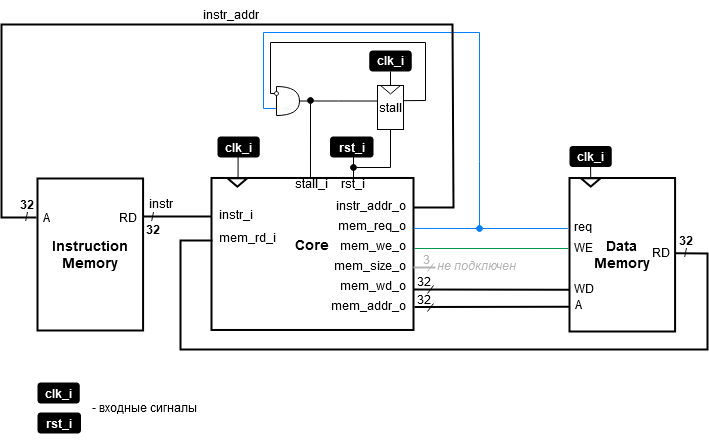
Above: .pic/Labs/lab_06_dp/fig_02.drawio.png in MPSU/APS (draw.io), before the change. Source tidied: cells renumbered, new cells last; positions are measured from the earlier drawing's top-left corner, leaving out a move shared by most shapes.
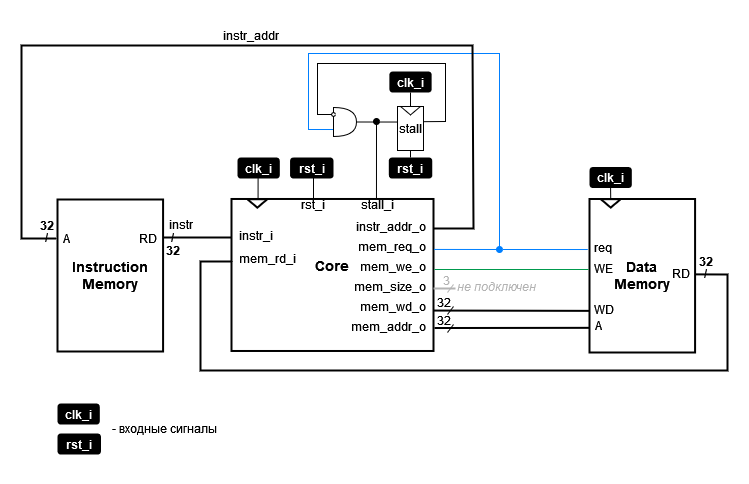
After the commit.

Commit message:
ЛР6. Разрыв общего сигнала rst_i между ядром и столлом

Студентов сбивал с толку общий сигнал, терялось понимание направления
сигналов.

Diff of the diagram source:
```diff
@@ -6,7 +6,7 @@
       <mxGeometry x="210" y="178.5" width="202" height="152" as="geometry" />
     </mxCell>
     <mxCell id="3" value="&lt;font style=&quot;font-size: 12px;&quot;&gt;rst_i&lt;/font&gt;" style="text;html=1;strokeColor=none;fillColor=none;align=center;verticalAlign=middle;whiteSpace=wrap;rounded=0;fontSize=12;comic=0;" parent="1" vertex="1">
-      <mxGeometry x="343" y="178" width="18" height="12" as="geometry" />
+      <mxGeometry x="283" y="178" width="18" height="12" as="geometry" />
     </mxCell>
     <mxCell id="4" value="mem_rd_i" style="text;html=1;strokeColor=none;fillColor=none;align=left;verticalAlign=middle;whiteSpace=wrap;rounded=0;fontSize=12;comic=0;" parent="1" vertex="1">
       <mxGeometry x="216" y="223" width="61" height="30" as="geometry" />
@@ -27,8 +27,8 @@
     </mxCell>
     <mxCell id="8" style="endArrow=none;html=1;rounded=0;strokeWidth=1;exitX=1;exitY=0.25;exitDx=0;exitDy=0;fontSize=12;comic=0;" parent="1" edge="1">
       <mxGeometry relative="1" as="geometry">
-        <mxPoint x="352" y="178.5" as="sourcePoint" />
-        <mxPoint x="352" y="153.5" as="targetPoint" />
+        <mxPoint x="292" y="178.5" as="sourcePoint" />
+        <mxPoint x="292" y="153.5" as="targetPoint" />
       </mxGeometry>
     </mxCell>
     <mxCell id="9" style="edgeStyle=orthogonalEdgeStyle;rounded=0;jettySize=auto;html=1;exitX=1;exitY=0.25;exitDx=0;exitDy=0;strokeWidth=2;endArrow=none;endFill=0;fontSize=12;comic=0;" parent="1" edge="1" source="10">
@@ -58,7 +58,7 @@
       <mxGeometry x="131" y="199" width="40" height="50" as="geometry" />
     </mxCell>
     <mxCell id="17" value="&lt;p style=&quot;line-height: 130%; font-size: 12px;&quot;&gt;&lt;font style=&quot;font-size: 12px;&quot;&gt;&lt;b style=&quot;font-size: 12px;&quot;&gt;rst_i&lt;/b&gt;&lt;/font&gt;&lt;/p&gt;" style="text;html=1;strokeColor=none;fillColor=#000000;align=center;verticalAlign=middle;whiteSpace=wrap;rounded=1;fontSize=12;fontColor=#FFFFFF;comic=0;jiggle=0.5;" parent="1" vertex="1">
-      <mxGeometry x="328.5" y="137" width="43.5" height="21" as="geometry" />
+      <mxGeometry x="268.5" y="137" width="43.5" height="21" as="geometry" />
     </mxCell>
     <mxCell id="18" value="&lt;font style=&quot;font-size: 12px;&quot;&gt;instr_addr&lt;/font&gt;" style="text;html=1;strokeColor=none;fillColor=none;align=center;verticalAlign=middle;whiteSpace=wrap;rounded=0;fontSize=12;comic=0;" parent="1" vertex="1">
       <mxGeometry x="187" width="86" height="30" as="geometry" />
@@ -109,7 +109,7 @@
       <mxGeometry x="418" y="252" width="13" height="15" as="geometry" />
     </mxCell>
     <mxCell id="32" value="stall_i" style="text;html=1;strokeColor=none;fillColor=none;align=center;verticalAlign=middle;whiteSpace=wrap;rounded=0;fontSize=12;comic=0;" parent="1" vertex="1">
-      <mxGeometry x="293" y="177.9" width="34" height="13.1" as="geometry" />
+      <mxGeometry x="339" y="177.9" width="34" height="13.1" as="geometry" />
     </mxCell>
     <mxCell id="33" style="endArrow=none;html=1;rounded=0;exitX=1.002;exitY=0.332;exitDx=0;exitDy=0;exitPerimeter=0;strokeColor=#007FFF;entryX=0;entryY=0.759;entryDx=0;entryDy=0;entryPerimeter=0;" parent="1" edge="1" source="2" target="37">
       <mxGeometry relative="1" as="geometry">
@@ -117,8 +117,8 @@
           <mxPoint x="478" y="229" />
           <mxPoint x="478" y="162" />
           <mxPoint x="478" y="33" />
-          <mxPoint x="262" y="33" />
-          <mxPoint x="262" y="109" />
+          <mxPoint x="287" y="33" />
+          <mxPoint x="287" y="109" />
         </Array>
       </mxGeometry>
     </mxCell>
@@ -136,141 +136,132 @@
     <mxCell id="35" value="stall" style="rounded=0;whiteSpace=wrap;html=1;" parent="1" vertex="1">
       <mxGeometry x="376" y="86" width="26" height="44" as="geometry" />
     </mxCell>
-    <mxCell id="36" style="edgeStyle=orthogonalEdgeStyle;rounded=0;jettySize=auto;html=1;exitX=1;exitY=0.5;exitDx=0;exitDy=0;exitPerimeter=0;entryX=0.002;entryY=0.353;entryDx=0;entryDy=0;entryPerimeter=0;endArrow=none;endFill=0;" parent="1" edge="1" target="35">
-      <mxGeometry relative="1" as="geometry">
-        <mxPoint x="298" y="101.5" as="sourcePoint" />
-        <Array as="points">
-          <mxPoint x="337" y="101" />
-          <mxPoint x="337" y="101" />
-        </Array>
-      </mxGeometry>
+    <mxCell id="36" style="edgeStyle=orthogonalEdgeStyle;rounded=0;jettySize=auto;html=1;exitX=1;exitY=0.5;exitDx=0;exitDy=0;exitPerimeter=0;entryX=0.002;entryY=0.353;entryDx=0;entryDy=0;entryPerimeter=0;endArrow=none;endFill=0;" parent="1" edge="1" source="37" target="35">
+      <mxGeometry relative="1" as="geometry" />
     </mxCell>
     <mxCell id="37" style="shape=or;whiteSpace=wrap;html=1;" parent="1" vertex="1">
-      <mxGeometry x="275" y="87" width="23" height="29" as="geometry" />
+      <mxGeometry x="312" y="87" width="23" height="29" as="geometry" />
     </mxCell>
     <mxCell id="38" style="ellipse;whiteSpace=wrap;html=1;" parent="1" vertex="1">
-      <mxGeometry x="273" y="92" width="4" height="4" as="geometry" />
+      <mxGeometry x="310" y="92" width="4" height="4" as="geometry" />
     </mxCell>
-    <mxCell id="39" style="endArrow=none;html=1;rounded=0;entryX=0.5;entryY=1;entryDx=0;entryDy=0;startArrow=oval;startFill=1;endSize=6;startSize=6;" parent="1" edge="1" target="35">
+    <mxCell id="39" style="endArrow=none;html=1;rounded=0;exitX=0.996;exitY=0.345;exitDx=0;exitDy=0;exitPerimeter=0;entryX=0;entryY=0.5;entryDx=0;entryDy=0;" parent="1" edge="1" source="35" target="38">
       <mxGeometry relative="1" as="geometry">
-        <mxPoint x="352" y="168" as="sourcePoint" />
         <Array as="points">
-          <mxPoint x="389" y="168" />
+          <mxPoint x="424" y="101" />
+          <mxPoint x="424" y="43" />
+          <mxPoint x="296" y="43" />
+          <mxPoint x="296" y="94" />
         </Array>
       </mxGeometry>
     </mxCell>
-    <mxCell id="40" style="endArrow=none;html=1;rounded=0;exitX=0.996;exitY=0.345;exitDx=0;exitDy=0;exitPerimeter=0;" parent="1" edge="1" source="35">
+    <mxCell id="40" style="endArrow=oval;html=1;rounded=0;exitX=0.683;exitY=0.002;exitDx=0;exitDy=0;exitPerimeter=0;startArrow=none;startFill=0;endFill=1;jumpSize=6;startSize=6;endSize=6;" parent="1" edge="1">
       <mxGeometry relative="1" as="geometry">
-        <mxPoint x="273" y="94" as="targetPoint" />
-        <Array as="points">
-          <mxPoint x="424" y="101" />
-          <mxPoint x="424" y="43" />
-          <mxPoint x="269" y="43" />
-          <mxPoint x="269" y="94" />
-        </Array>
+        <mxPoint x="355" y="178.8" as="sourcePoint" />
+        <mxPoint x="355" y="101" as="targetPoint" />
       </mxGeometry>
     </mxCell>
-    <mxCell id="41" style="endArrow=oval;html=1;rounded=0;exitX=0.683;exitY=0.002;exitDx=0;exitDy=0;exitPerimeter=0;startArrow=none;startFill=0;endFill=1;jumpSize=6;startSize=6;endSize=6;" parent="1" edge="1">
-      <mxGeometry relative="1" as="geometry">
-        <mxPoint x="309" y="178.8" as="sourcePoint" />
-        <mxPoint x="309" y="101" as="targetPoint" />
-      </mxGeometry>
+    <mxCell id="41" style="triangle;whiteSpace=wrap;html=1;rotation=90;comic=0;strokeColor=#000000;jiggle=0.5;strokeWidth=1;fontSize=12;" parent="1" vertex="1">
+      <mxGeometry x="384.8" y="80.3" width="8.4" height="19.9" as="geometry" />
     </mxCell>
-    <mxCell id="42" style="triangle;whiteSpace=wrap;html=1;rotation=90;comic=0;strokeColor=#000000;jiggle=0.5;strokeWidth=1;fontSize=12;" parent="1" vertex="1">
-      <mxGeometry x="384.8" y="80.3" width="8.4" height="19.9" as="geometry" />
+    <mxCell id="42" style="edgeStyle=orthogonalEdgeStyle;rounded=0;jettySize=auto;html=1;exitX=0.5;exitY=1;exitDx=0;exitDy=0;entryX=0;entryY=0.5;entryDx=0;entryDy=0;endArrow=none;endFill=0;" parent="1" edge="1" source="43" target="41">
+      <mxGeometry relative="1" as="geometry" />
     </mxCell>
-    <mxCell id="43" style="edgeStyle=orthogonalEdgeStyle;rounded=0;jettySize=auto;html=1;exitX=0.5;exitY=1;exitDx=0;exitDy=0;entryX=0;entryY=0.5;entryDx=0;entryDy=0;endArrow=none;endFill=0;" parent="1" edge="1" source="44" target="42">
-      <mxGeometry relative="1" as="geometry" />
+    <mxCell id="43" value="&lt;font style=&quot;font-size: 12px;&quot;&gt;&lt;b style=&quot;font-size: 12px;&quot;&gt;clk_i&lt;/b&gt;&lt;/font&gt;" style="text;html=1;strokeColor=none;fillColor=#000000;align=center;verticalAlign=middle;whiteSpace=wrap;rounded=1;fontSize=12;fontColor=#FFFFFF;comic=0;jiggle=0.5;strokeWidth=2;" parent="1" vertex="1">
+      <mxGeometry x="367.9" y="51" width="42.3" height="21" as="geometry" />
     </mxCell>
-    <mxCell id="44" value="&lt;font style=&quot;font-size: 12px;&quot;&gt;&lt;b style=&quot;font-size: 12px;&quot;&gt;clk_i&lt;/b&gt;&lt;/font&gt;" style="text;html=1;strokeColor=none;fillColor=#000000;align=center;verticalAlign=middle;whiteSpace=wrap;rounded=1;fontSize=12;fontColor=#FFFFFF;comic=0;jiggle=0.5;strokeWidth=2;" parent="1" vertex="1">
-      <mxGeometry x="367.9" y="51" width="42.3" height="21" as="geometry" />
+    <mxCell id="44" value="&lt;b style=&quot;font-size: 14px;&quot;&gt;Data&lt;br style=&quot;font-size: 14px;&quot;&gt;Memory&lt;br style=&quot;font-size: 14px;&quot;&gt;&lt;/b&gt;" style="rounded=0;whiteSpace=wrap;html=1;fontSize=14;comic=0;strokeColor=#000000;fontColor=#000000;jiggle=0.5;strokeWidth=2;" parent="1" vertex="1">
+      <mxGeometry x="568" y="178.5" width="105.6" height="153.5" as="geometry" />
     </mxCell>
-    <mxCell id="45" value="&lt;b style=&quot;font-size: 14px;&quot;&gt;Data&lt;br style=&quot;font-size: 14px;&quot;&gt;Memory&lt;br style=&quot;font-size: 14px;&quot;&gt;&lt;/b&gt;" style="rounded=0;whiteSpace=wrap;html=1;fontSize=14;comic=0;strokeColor=#000000;fontColor=#000000;jiggle=0.5;strokeWidth=2;" parent="1" vertex="1">
-      <mxGeometry x="568" y="178.5" width="105.6" height="153.5" as="geometry" />
+    <mxCell id="45" value="&lt;font style=&quot;font-size: 12px;&quot;&gt;A&lt;/font&gt;" style="text;html=1;strokeColor=none;fillColor=none;align=center;verticalAlign=middle;whiteSpace=wrap;rounded=0;fontSize=12;comic=0;" parent="1" vertex="1">
+      <mxGeometry x="568" y="289.7" width="18" height="30" as="geometry" />
     </mxCell>
-    <mxCell id="46" value="&lt;font style=&quot;font-size: 12px;&quot;&gt;A&lt;/font&gt;" style="text;html=1;strokeColor=none;fillColor=none;align=center;verticalAlign=middle;whiteSpace=wrap;rounded=0;fontSize=12;comic=0;" parent="1" vertex="1">
-      <mxGeometry x="568" y="289.7" width="18" height="30" as="geometry" />
+    <mxCell id="46" value="&lt;span style=&quot;font-size: 12px;&quot;&gt;WE&lt;/span&gt;" style="text;html=1;strokeColor=none;fillColor=none;align=center;verticalAlign=middle;whiteSpace=wrap;rounded=0;fontSize=12;comic=0;" parent="1" vertex="1">
+      <mxGeometry x="573" y="237" width="18" height="22.2" as="geometry" />
     </mxCell>
-    <mxCell id="47" value="&lt;span style=&quot;font-size: 12px;&quot;&gt;WE&lt;/span&gt;" style="text;html=1;strokeColor=none;fillColor=none;align=center;verticalAlign=middle;whiteSpace=wrap;rounded=0;fontSize=12;comic=0;" parent="1" vertex="1">
-      <mxGeometry x="573" y="237" width="18" height="22.2" as="geometry" />
+    <mxCell id="47" value="&lt;span style=&quot;font-size: 12px;&quot;&gt;RD&lt;/span&gt;" style="text;html=1;strokeColor=none;fillColor=none;align=center;verticalAlign=middle;whiteSpace=wrap;rounded=0;fontSize=12;comic=0;" parent="1" vertex="1">
+      <mxGeometry x="651" y="238.2" width="18" height="30" as="geometry" />
     </mxCell>
-    <mxCell id="48" value="&lt;span style=&quot;font-size: 12px;&quot;&gt;RD&lt;/span&gt;" style="text;html=1;strokeColor=none;fillColor=none;align=center;verticalAlign=middle;whiteSpace=wrap;rounded=0;fontSize=12;comic=0;" parent="1" vertex="1">
-      <mxGeometry x="651" y="238.2" width="18" height="30" as="geometry" />
+    <mxCell id="48" value="&lt;p style=&quot;line-height: 100%; font-size: 12px;&quot;&gt;&lt;font style=&quot;font-size: 12px;&quot;&gt;&lt;b style=&quot;font-size: 12px;&quot;&gt;32&lt;br style=&quot;font-size: 12px;&quot;&gt;/&lt;/b&gt;&lt;/font&gt;&lt;/p&gt;" style="text;html=1;align=center;verticalAlign=middle;strokeColor=none;fillColor=none;fontSize=12;comic=0;" parent="1" vertex="1">
+      <mxGeometry x="664" y="216.7" width="40" height="60" as="geometry" />
     </mxCell>
-    <mxCell id="49" value="&lt;p style=&quot;line-height: 100%; font-size: 12px;&quot;&gt;&lt;font style=&quot;font-size: 12px;&quot;&gt;&lt;b style=&quot;font-size: 12px;&quot;&gt;32&lt;br style=&quot;font-size: 12px;&quot;&gt;/&lt;/b&gt;&lt;/font&gt;&lt;/p&gt;" style="text;html=1;align=center;verticalAlign=middle;points=[];strokeColor=none;fillColor=none;fontSize=12;comic=0;" parent="1" vertex="1">
-      <mxGeometry x="664" y="216.7" width="40" height="60" as="geometry" />
+    <mxCell id="49" style="triangle;whiteSpace=wrap;html=1;rotation=90;comic=0;strokeColor=#000000;jiggle=0.5;strokeWidth=2;fontSize=12;" parent="1" vertex="1">
+      <mxGeometry x="585" y="172.9" width="8.4" height="19.9" as="geometry" />
     </mxCell>
-    <mxCell id="50" style="triangle;whiteSpace=wrap;html=1;rotation=90;comic=0;strokeColor=#000000;jiggle=0.5;strokeWidth=2;fontSize=12;" parent="1" vertex="1">
-      <mxGeometry x="585" y="172.9" width="8.4" height="19.9" as="geometry" />
+    <mxCell id="50" style="edgeStyle=orthogonalEdgeStyle;rounded=0;jettySize=auto;html=1;entryX=0;entryY=0.5;entryDx=0;entryDy=0;endArrow=none;endFill=0;strokeWidth=1;fontSize=12;comic=0;" parent="1" edge="1" target="49">
+      <mxGeometry relative="1" as="geometry">
+        <mxPoint x="589" y="160.5" as="sourcePoint" />
+        <Array as="points">
+          <mxPoint x="589" y="160.5" />
+        </Array>
+      </mxGeometry>
     </mxCell>
-    <mxCell id="51" style="edgeStyle=orthogonalEdgeStyle;rounded=0;jettySize=auto;html=1;entryX=0;entryY=0.5;entryDx=0;entryDy=0;endArrow=none;endFill=0;strokeWidth=1;fontSize=12;comic=0;" parent="1" edge="1" target="50">
-      <mxGeometry relative="1" as="geometry">
-        <mxPoint x="589" y="160.5" as="sourcePoint" />
-        <Array as="points">
-          <mxPoint x="589" y="160.5" />
-        </Array>
-      </mxGeometry>
+    <mxCell id="51" value="&lt;font style=&quot;font-size: 12px;&quot;&gt;&lt;b style=&quot;font-size: 12px;&quot;&gt;clk_i&lt;/b&gt;&lt;/font&gt;" style="text;html=1;strokeColor=none;fillColor=#000000;align=center;verticalAlign=middle;whiteSpace=wrap;rounded=1;fontSize=12;fontColor=#FFFFFF;comic=0;jiggle=0.5;strokeWidth=2;" parent="1" vertex="1">
+      <mxGeometry x="568" y="146.5" width="42.3" height="21" as="geometry" />
     </mxCell>
-    <mxCell id="52" value="&lt;font style=&quot;font-size: 12px;&quot;&gt;&lt;b style=&quot;font-size: 12px;&quot;&gt;clk_i&lt;/b&gt;&lt;/font&gt;" style="text;html=1;strokeColor=none;fillColor=#000000;align=center;verticalAlign=middle;whiteSpace=wrap;rounded=1;fontSize=12;fontColor=#FFFFFF;comic=0;jiggle=0.5;strokeWidth=2;" parent="1" vertex="1">
-      <mxGeometry x="568" y="146.5" width="42.3" height="21" as="geometry" />
+    <mxCell id="52" style="endArrow=none;html=1;rounded=0;strokeWidth=2;exitX=0;exitY=0.406;exitDx=0;exitDy=0;exitPerimeter=0;entryX=1.005;entryY=0.491;entryDx=0;entryDy=0;entryPerimeter=0;" parent="1" edge="1" target="44">
+      <mxGeometry relative="1" as="geometry">
+        <mxPoint x="211" y="241" as="sourcePoint" />
+        <Array as="points">
+          <mxPoint x="179" y="241" />
+          <mxPoint x="179" y="350" />
+          <mxPoint x="706" y="350" />
+          <mxPoint x="706" y="254" />
+        </Array>
+      </mxGeometry>
     </mxCell>
-    <mxCell id="53" style="endArrow=none;html=1;rounded=0;strokeWidth=2;exitX=0;exitY=0.406;exitDx=0;exitDy=0;exitPerimeter=0;entryX=1.005;entryY=0.491;entryDx=0;entryDy=0;entryPerimeter=0;" parent="1" edge="1" target="45">
-      <mxGeometry relative="1" as="geometry">
-        <mxPoint x="211" y="241" as="sourcePoint" />
-        <Array as="points">
-          <mxPoint x="179" y="241" />
-          <mxPoint x="179" y="350" />
-          <mxPoint x="706" y="350" />
-          <mxPoint x="706" y="254" />
-        </Array>
-      </mxGeometry>
+    <mxCell id="53" value="req" style="text;html=1;strokeColor=none;fillColor=none;align=left;verticalAlign=middle;whiteSpace=wrap;rounded=0;fontSize=12;comic=0;spacingLeft=-2;" parent="1" vertex="1">
+      <mxGeometry x="573" y="212.2" width="30.1" height="30" as="geometry" />
     </mxCell>
-    <mxCell id="54" value="req" style="text;html=1;strokeColor=none;fillColor=none;align=left;verticalAlign=middle;whiteSpace=wrap;rounded=0;fontSize=12;comic=0;spacingLeft=-2;" parent="1" vertex="1">
-      <mxGeometry x="573" y="212.2" width="30.1" height="30" as="geometry" />
+    <mxCell id="54" value="&lt;span style=&quot;font-size: 12px;&quot;&gt;WD&lt;/span&gt;" style="text;html=1;strokeColor=none;fillColor=none;align=center;verticalAlign=middle;whiteSpace=wrap;rounded=0;fontSize=12;comic=0;" parent="1" vertex="1">
+      <mxGeometry x="568" y="274" width="30.1" height="30" as="geometry" />
     </mxCell>
-    <mxCell id="55" value="&lt;span style=&quot;font-size: 12px;&quot;&gt;WD&lt;/span&gt;" style="text;html=1;strokeColor=none;fillColor=none;align=center;verticalAlign=middle;whiteSpace=wrap;rounded=0;fontSize=12;comic=0;" parent="1" vertex="1">
-      <mxGeometry x="568" y="274" width="30.1" height="30" as="geometry" />
+    <mxCell id="55" style="endArrow=none;html=1;rounded=0;strokeColor=#00994D;" parent="1" edge="1">
+      <mxGeometry relative="1" as="geometry">
+        <mxPoint x="413" y="249" as="sourcePoint" />
+        <mxPoint x="567" y="249" as="targetPoint" />
+      </mxGeometry>
     </mxCell>
-    <mxCell id="56" style="endArrow=none;html=1;rounded=0;strokeColor=#00994D;" parent="1" edge="1">
+    <mxCell id="56" style="endArrow=none;html=1;rounded=0;entryX=-0.016;entryY=0.277;entryDx=0;entryDy=0;entryPerimeter=0;strokeColor=#007FFF;startArrow=oval;startFill=1;" parent="1" edge="1">
       <mxGeometry relative="1" as="geometry">
-        <mxPoint x="413" y="249" as="sourcePoint" />
-        <mxPoint x="567" y="249" as="targetPoint" />
+        <mxPoint x="478" y="229" as="sourcePoint" />
+        <mxPoint x="566.3" y="229" as="targetPoint" />
       </mxGeometry>
     </mxCell>
-    <mxCell id="57" style="endArrow=none;html=1;rounded=0;entryX=-0.016;entryY=0.277;entryDx=0;entryDy=0;entryPerimeter=0;strokeColor=#007FFF;startArrow=oval;startFill=1;" parent="1" edge="1">
+    <mxCell id="57" style="endArrow=none;html=1;rounded=0;entryX=-0.022;entryY=0.589;entryDx=0;entryDy=0;entryPerimeter=0;strokeWidth=2;" parent="1" edge="1">
       <mxGeometry relative="1" as="geometry">
-        <mxPoint x="478" y="229" as="sourcePoint" />
-        <mxPoint x="566.3" y="229" as="targetPoint" />
+        <mxPoint x="413" y="307.5" as="sourcePoint" />
+        <mxPoint x="567.6" y="307.3" as="targetPoint" />
       </mxGeometry>
     </mxCell>
-    <mxCell id="58" style="endArrow=none;html=1;rounded=0;entryX=-0.022;entryY=0.589;entryDx=0;entryDy=0;entryPerimeter=0;strokeWidth=2;" parent="1" edge="1">
+    <mxCell id="58" style="endArrow=none;html=1;rounded=0;" parent="1" edge="1">
       <mxGeometry relative="1" as="geometry">
-        <mxPoint x="413" y="307.5" as="sourcePoint" />
-        <mxPoint x="567.6" y="307.3" as="targetPoint" />
+        <mxPoint x="426" y="294" as="sourcePoint" />
+        <mxPoint x="432" y="286" as="targetPoint" />
       </mxGeometry>
     </mxCell>
-    <mxCell id="59" style="endArrow=none;html=1;rounded=0;" parent="1" edge="1">
-      <mxGeometry relative="1" as="geometry">
-        <mxPoint x="426" y="294" as="sourcePoint" />
-        <mxPoint x="432" y="286" as="targetPoint" />
-      </mxGeometry>
+    <mxCell id="59" value="32" style="text;html=1;strokeColor=none;fillColor=none;align=right;verticalAlign=middle;whiteSpace=wrap;rounded=0;" parent="1" vertex="1">
+      <mxGeometry x="419" y="292" width="13" height="15" as="geometry" />
     </mxCell>
-    <mxCell id="60" value="32" style="text;html=1;strokeColor=none;fillColor=none;align=right;verticalAlign=middle;whiteSpace=wrap;rounded=0;" parent="1" vertex="1">
-      <mxGeometry x="419" y="292" width="13" height="15" as="geometry" />
+    <mxCell id="60" style="endArrow=none;html=1;rounded=0;" parent="1" edge="1">
+      <mxGeometry relative="1" as="geometry">
+        <mxPoint x="426" y="312" as="sourcePoint" />
+        <mxPoint x="432" y="304" as="targetPoint" />
+      </mxGeometry>
     </mxCell>
-    <mxCell id="61" style="endArrow=none;html=1;rounded=0;" parent="1" edge="1">
-      <mxGeometry relative="1" as="geometry">
-        <mxPoint x="426" y="312" as="sourcePoint" />
-        <mxPoint x="432" y="304" as="targetPoint" />
-      </mxGeometry>
+    <mxCell id="61" value="32" style="text;html=1;strokeColor=none;fillColor=none;align=right;verticalAlign=middle;whiteSpace=wrap;rounded=0;" parent="1" vertex="1">
+      <mxGeometry x="419" y="274" width="13" height="15" as="geometry" />
     </mxCell>
-    <mxCell id="62" value="32" style="text;html=1;strokeColor=none;fillColor=none;align=right;verticalAlign=middle;whiteSpace=wrap;rounded=0;" parent="1" vertex="1">
-      <mxGeometry x="419" y="274" width="13" height="15" as="geometry" />
+    <mxCell id="62" style="endArrow=none;html=1;rounded=0;strokeWidth=2;entryX=-0.033;entryY=0.64;entryDx=0;entryDy=0;entryPerimeter=0;exitX=1.001;exitY=0.734;exitDx=0;exitDy=0;exitPerimeter=0;" parent="1" edge="1" source="2">
+      <mxGeometry relative="1" as="geometry">
+        <mxPoint x="568" y="290.4" as="targetPoint" />
+      </mxGeometry>
     </mxCell>
-    <mxCell id="63" style="endArrow=none;html=1;rounded=0;strokeWidth=2;entryX=-0.033;entryY=0.64;entryDx=0;entryDy=0;entryPerimeter=0;exitX=1.001;exitY=0.734;exitDx=0;exitDy=0;exitPerimeter=0;" parent="1" edge="1" source="2">
-      <mxGeometry relative="1" as="geometry">
-        <mxPoint x="568" y="290.4" as="targetPoint" />
-      </mxGeometry>
+    <mxCell id="63" value="&lt;p style=&quot;line-height: 130%; font-size: 12px;&quot;&gt;&lt;font style=&quot;font-size: 12px;&quot;&gt;&lt;b style=&quot;font-size: 12px;&quot;&gt;rst_i&lt;/b&gt;&lt;/font&gt;&lt;/p&gt;" style="text;html=1;strokeColor=none;fillColor=#000000;align=center;verticalAlign=middle;whiteSpace=wrap;rounded=1;fontSize=12;fontColor=#FFFFFF;comic=0;jiggle=0.5;" parent="1" vertex="1">
+      <mxGeometry x="367.3" y="137" width="43.5" height="21" as="geometry" />
     </mxCell>
+    <mxCell id="64" style="edgeStyle=orthogonalEdgeStyle;rounded=0;jettySize=auto;html=1;exitX=0.5;exitY=0;exitDx=0;exitDy=0;entryX=0.5;entryY=1;entryDx=0;entryDy=0;endArrow=none;endFill=0;" parent="1" edge="1" source="63" target="35">
+      <mxGeometry relative="1" as="geometry" />
+    </mxCell>
   </root>
 </mxGraphModel>
```
